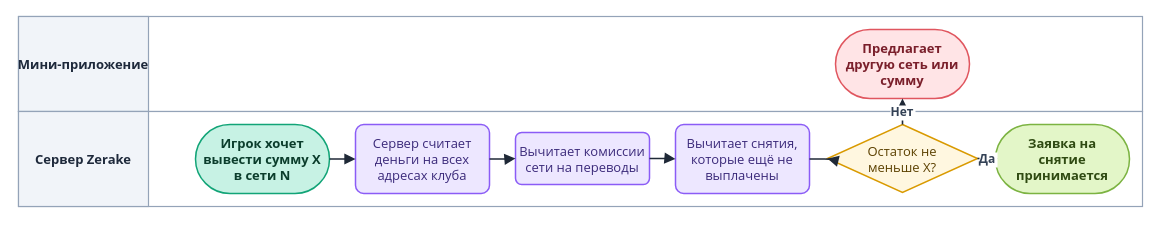
The draw.io diagram diagrams/drawio/solvency.drawio in LILSUFFER/zerake-docs, before the edit. Source tidied: cells renumbered, new cells numbered last; positions are measured from the earlier drawing's top-left corner, leaving out a move shared by most shapes. Both pictures are drawn from the tidied source at 100%, with x=0, y=0 at pixel (18, 16).
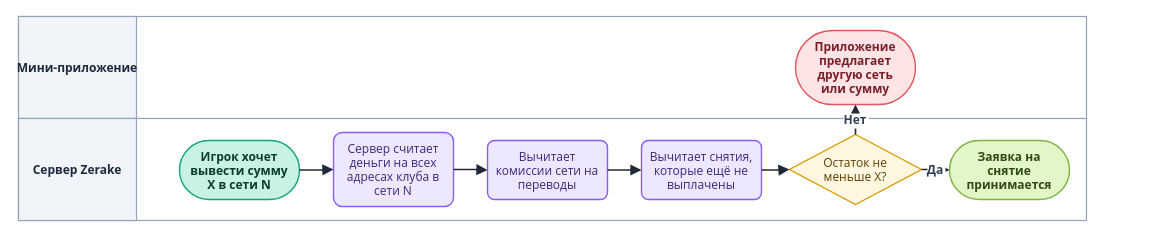
The same diagram, later.

Change to the diagram source:
```diff
@@
 <mxGraphModel>
   <root>
     <mxCell id="0" />
     <mxCell id="1" parent="0" />
     <mxCell id="2" style="rounded=0;html=0;fillColor=#FFFFFF;strokeColor=#94A3B8;strokeWidth=1.2;" parent="1" vertex="1">
-      <mxGeometry width="1124" height="95" as="geometry" />
+      <mxGeometry width="1068" height="102" as="geometry" />
     </mxCell>
-    <mxCell id="3" value="Мини-приложение" style="rounded=0;html=0;fillColor=#F1F4F9;strokeColor=#94A3B8;strokeWidth=1.2;fontColor=#1E293B;fontStyle=1;fontSize=13;fontFamily=Segoe UI;align=center;verticalAlign=middle;" parent="1" vertex="1">
-      <mxGeometry width="130" height="95" as="geometry" />
+    <mxCell id="3" value="Мини-приложение" style="rounded=0;html=0;fillColor=#F1F4F9;strokeColor=#94A3B8;strokeWidth=1.2;fontColor=#1E293B;fontStyle=1;fontSize=12;fontFamily=Segoe UI;align=center;verticalAlign=middle;" parent="1" vertex="1">
+      <mxGeometry width="118" height="102" as="geometry" />
     </mxCell>
     <mxCell id="4" style="rounded=0;html=0;fillColor=#FFFFFF;strokeColor=#94A3B8;strokeWidth=1.2;" parent="1" vertex="1">
-      <mxGeometry y="95" width="1124" height="95" as="geometry" />
+      <mxGeometry y="102" width="1068" height="102" as="geometry" />
     </mxCell>
-    <mxCell id="5" value="Сервер Zerake" style="rounded=0;html=0;fillColor=#F1F4F9;strokeColor=#94A3B8;strokeWidth=1.2;fontColor=#1E293B;fontStyle=1;fontSize=13;fontFamily=Segoe UI;align=center;verticalAlign=middle;" parent="1" vertex="1">
-      <mxGeometry y="95" width="130" height="95" as="geometry" />
+    <mxCell id="5" value="Сервер Zerake" style="rounded=0;html=0;fillColor=#F1F4F9;strokeColor=#94A3B8;strokeWidth=1.2;fontColor=#1E293B;fontStyle=1;fontSize=12;fontFamily=Segoe UI;align=center;verticalAlign=middle;" parent="1" vertex="1">
+      <mxGeometry y="102" width="118" height="102" as="geometry" />
     </mxCell>
-    <mxCell id="6" value="Игрок хочет&#10;вывести сумму X&#10;в сети N" style="rounded=1;arcSize=50;html=0;fontStyle=1;fillColor=#C7F2E4;strokeColor=#12A477;fontColor=#0B3D2C;fontFamily=Segoe UI;fontSize=13;strokeWidth=1.5;" parent="1" vertex="1">
-      <mxGeometry x="177" y="108" width="134" height="69" as="geometry" />
+    <mxCell id="6" value="Игрок хочет&#10;вывести сумму&#10;X в сети N" style="rounded=1;arcSize=50;html=0;fontStyle=1;fillColor=#C7F2E4;strokeColor=#12A477;fontColor=#0B3D2C;fontFamily=Segoe UI;fontSize=12;strokeWidth=1.4;" parent="1" vertex="1">
+      <mxGeometry x="161" y="124" width="120" height="59" as="geometry" />
     </mxCell>
-    <mxCell id="7" value="Сервер считает&#10;деньги на всех&#10;адресах клуба" style="rounded=1;arcSize=12;html=0;fillColor=#EDE7FF;strokeColor=#8B5CF6;fontColor=#3B2A7A;fontFamily=Segoe UI;fontSize=13;strokeWidth=1.5;" parent="1" vertex="1">
-      <mxGeometry x="337" y="108" width="134" height="69" as="geometry" />
+    <mxCell id="7" value="Сервер считает&#10;деньги на всех&#10;адресах клуба в&#10;сети N" style="rounded=1;arcSize=12;html=0;fillColor=#EDE7FF;strokeColor=#8B5CF6;fontColor=#3B2A7A;fontFamily=Segoe UI;fontSize=12;strokeWidth=1.4;" parent="1" vertex="1">
+      <mxGeometry x="315" y="116" width="120" height="74" as="geometry" />
     </mxCell>
-    <mxCell id="8" value="Вычитает комиссии&#10;сети на переводы" style="rounded=1;arcSize=12;html=0;fillColor=#EDE7FF;strokeColor=#8B5CF6;fontColor=#3B2A7A;fontFamily=Segoe UI;fontSize=13;strokeWidth=1.5;" parent="1" vertex="1">
-      <mxGeometry x="497" y="116" width="134" height="52" as="geometry" />
+    <mxCell id="8" value="Вычитает&#10;комиссии сети на&#10;переводы" style="rounded=1;arcSize=12;html=0;fillColor=#EDE7FF;strokeColor=#8B5CF6;fontColor=#3B2A7A;fontFamily=Segoe UI;fontSize=12;strokeWidth=1.4;" parent="1" vertex="1">
+      <mxGeometry x="469" y="124" width="120" height="59" as="geometry" />
     </mxCell>
-    <mxCell id="9" value="Вычитает снятия,&#10;которые ещё не&#10;выплачены" style="rounded=1;arcSize=12;html=0;fillColor=#EDE7FF;strokeColor=#8B5CF6;fontColor=#3B2A7A;fontFamily=Segoe UI;fontSize=13;strokeWidth=1.5;" parent="1" vertex="1">
-      <mxGeometry x="657" y="108" width="134" height="69" as="geometry" />
+    <mxCell id="9" value="Вычитает снятия,&#10;которые ещё не&#10;выплачены" style="rounded=1;arcSize=12;html=0;fillColor=#EDE7FF;strokeColor=#8B5CF6;fontColor=#3B2A7A;fontFamily=Segoe UI;fontSize=12;strokeWidth=1.4;" parent="1" vertex="1">
+      <mxGeometry x="623" y="124" width="120" height="59" as="geometry" />
     </mxCell>
-    <mxCell id="10" value="Остаток не&#10;меньше X?" style="rhombus;html=0;fillColor=#FFF7E0;strokeColor=#D99A00;fontColor=#5C4100;fontFamily=Segoe UI;fontSize=13;strokeWidth=1.5;" parent="1" vertex="1">
-      <mxGeometry x="809" y="108" width="150" height="68" as="geometry" />
+    <mxCell id="10" value="Остаток не&#10;меньше X?" style="rhombus;html=0;fillColor=#FFF7E0;strokeColor=#D99A00;fontColor=#5C4100;fontFamily=Segoe UI;fontSize=12;strokeWidth=1.4;" parent="1" vertex="1">
+      <mxGeometry x="771" y="118" width="132" height="70" as="geometry" />
     </mxCell>
-    <mxCell id="11" value="Предлагает&#10;другую сеть или&#10;сумму" style="rounded=1;arcSize=50;html=0;fontStyle=1;fillColor=#FFE4E6;strokeColor=#E0565F;fontColor=#7A1F2B;fontFamily=Segoe UI;fontSize=13;strokeWidth=1.5;" parent="1" vertex="1">
-      <mxGeometry x="817" y="13" width="134" height="69" as="geometry" />
+    <mxCell id="11" value="Приложение&#10;предлагает&#10;другую сеть&#10;или сумму" style="rounded=1;arcSize=50;html=0;fontStyle=1;fillColor=#FFE4E6;strokeColor=#E0565F;fontColor=#7A1F2B;fontFamily=Segoe UI;fontSize=12;strokeWidth=1.4;" parent="1" vertex="1">
+      <mxGeometry x="777" y="14" width="120" height="74" as="geometry" />
     </mxCell>
-    <mxCell id="12" value="Заявка на&#10;снятие&#10;принимается" style="rounded=1;arcSize=50;html=0;fontStyle=1;fillColor=#E3F6C8;strokeColor=#7CB342;fontColor=#2F4A12;fontFamily=Segoe UI;fontSize=13;strokeWidth=1.5;" parent="1" vertex="1">
-      <mxGeometry x="977" y="108" width="134" height="69" as="geometry" />
+    <mxCell id="12" value="Заявка на&#10;снятие&#10;принимается" style="rounded=1;arcSize=50;html=0;fontStyle=1;fillColor=#E3F6C8;strokeColor=#7CB342;fontColor=#2F4A12;fontFamily=Segoe UI;fontSize=12;strokeWidth=1.4;" parent="1" vertex="1">
+      <mxGeometry x="931" y="124" width="120" height="59" as="geometry" />
     </mxCell>
     <mxCell id="13" style="edgeStyle=orthogonalEdgeStyle;rounded=1;arcSize=10;jettySize=auto;html=0;strokeColor=#1F2937;strokeWidth=1.6;endArrow=block;endFill=1;endSize=7;fontFamily=Segoe UI;fontSize=12;fontStyle=1;fontColor=#334155;labelBackgroundColor=#FFFFFF;" parent="1" edge="1" source="6" target="7">
       <mxGeometry relative="1" as="geometry" />
     </mxCell>
     <mxCell id="14" style="edgeStyle=orthogonalEdgeStyle;rounded=1;arcSize=10;jettySize=auto;html=0;strokeColor=#1F2937;strokeWidth=1.6;endArrow=block;endFill=1;endSize=7;fontFamily=Segoe UI;fontSize=12;fontStyle=1;fontColor=#334155;labelBackgroundColor=#FFFFFF;" parent="1" edge="1" source="7" target="8">
       <mxGeometry relative="1" as="geometry" />
     </mxCell>
     <mxCell id="15" style="edgeStyle=orthogonalEdgeStyle;rounded=1;arcSize=10;jettySize=auto;html=0;strokeColor=#1F2937;strokeWidth=1.6;endArrow=block;endFill=1;endSize=7;fontFamily=Segoe UI;fontSize=12;fontStyle=1;fontColor=#334155;labelBackgroundColor=#FFFFFF;" parent="1" edge="1" source="8" target="9">
       <mxGeometry relative="1" as="geometry" />
     </mxCell>
     <mxCell id="16" style="edgeStyle=orthogonalEdgeStyle;rounded=1;arcSize=10;jettySize=auto;html=0;strokeColor=#1F2937;strokeWidth=1.6;endArrow=block;endFill=1;endSize=7;fontFamily=Segoe UI;fontSize=12;fontStyle=1;fontColor=#334155;labelBackgroundColor=#FFFFFF;" parent="1" edge="1" source="9" target="10">
       <mxGeometry relative="1" as="geometry" />
     </mxCell>
     <mxCell id="17" value="Нет" style="edgeStyle=orthogonalEdgeStyle;rounded=1;arcSize=10;jettySize=auto;html=0;strokeColor=#1F2937;strokeWidth=1.6;endArrow=block;endFill=1;endSize=7;fontFamily=Segoe UI;fontSize=12;fontStyle=1;fontColor=#334155;labelBackgroundColor=#FFFFFF;" parent="1" edge="1" source="10" target="11">
       <mxGeometry relative="1" as="geometry" />
     </mxCell>
     <mxCell id="18" value="Да" style="edgeStyle=orthogonalEdgeStyle;rounded=1;arcSize=10;jettySize=auto;html=0;strokeColor=#1F2937;strokeWidth=1.6;endArrow=block;endFill=1;endSize=7;fontFamily=Segoe UI;fontSize=12;fontStyle=1;fontColor=#334155;labelBackgroundColor=#FFFFFF;" parent="1" edge="1" source="10" target="12">
       <mxGeometry relative="1" as="geometry" />
     </mxCell>
   </root>
 </mxGraphModel>
```
